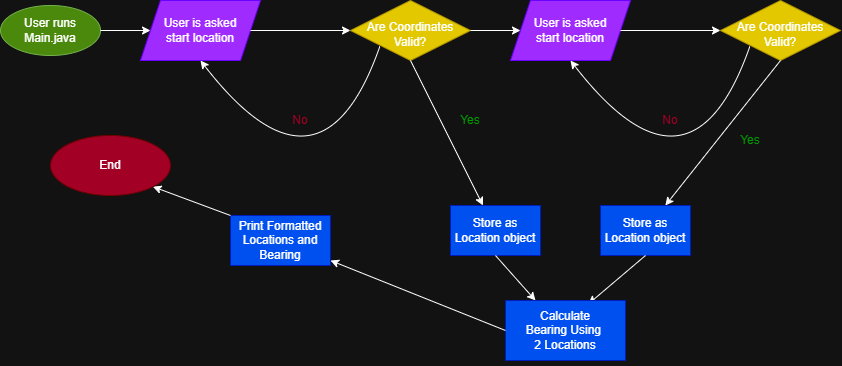
The draw.io diagram diagram.png in tjayawa/Direction-Finder-MVP, before a commit. Source tidied: cells renumbered, new cells last; positions are measured from the earlier drawing's top-left corner, leaving out a move shared by most shapes. The source it was exported from:
```xml
<mxGraphModel>
  <root>
    <mxCell id="0" />
    <mxCell id="1" parent="0" />
    <mxCell id="2" style="ellipse;whiteSpace=wrap;html=1;shapeInside=1;fillColor=#60a917;fontColor=#ffffff;strokeColor=#2D7600;" parent="1" vertex="1">
      <mxGeometry y="5" width="100" height="50" as="geometry" />
    </mxCell>
    <mxCell id="3" value="User runs Main.java" style="text;html=1;whiteSpace=wrap;align=center;verticalAlign=middle;rounded=0;" parent="1" vertex="1">
      <mxGeometry x="20" y="15" width="60" height="30" as="geometry" />
    </mxCell>
    <mxCell id="4" style="endArrow=classic;html=1;rounded=0;defaultLabelBackgroundColor=page;exitX=1;exitY=0.5;exitDx=0;exitDy=0;" parent="1" edge="1" source="2" target="5">
      <mxGeometry x="-0.24" relative="1" as="geometry" />
    </mxCell>
    <mxCell id="5" style="shape=parallelogram;perimeter=parallelogramPerimeter;whiteSpace=wrap;html=1;shapeInside=1;fixedSize=1;fillColor=light-dark(#6A00FF,#A02BFF);fontColor=#ffffff;strokeColor=light-dark(#3700CC,#6A00FF);" parent="1" vertex="1">
      <mxGeometry x="140" width="120" height="60" as="geometry" />
    </mxCell>
    <mxCell id="6" value="User is asked start location" style="text;html=1;whiteSpace=wrap;strokeColor=none;fillColor=none;align=center;verticalAlign=middle;rounded=0;" parent="1" vertex="1">
      <mxGeometry x="160" y="15" width="80" height="30" as="geometry" />
    </mxCell>
    <mxCell id="7" style="rhombus;whiteSpace=wrap;html=1;shapeInside=1;fillColor=light-dark(#E3C800,#E3C800);strokeColor=light-dark(#B09500,#B09500);fontColor=#000000;" parent="1" vertex="1">
      <mxGeometry x="350" width="120" height="60" as="geometry" />
    </mxCell>
    <mxCell id="8" style="endArrow=classic;html=1;rounded=0;defaultLabelBackgroundColor=page;entryX=0;entryY=0.5;entryDx=0;entryDy=0;exitX=1;exitY=0.5;exitDx=0;exitDy=0;" parent="1" edge="1" source="5" target="7">
      <mxGeometry relative="1" as="geometry" />
    </mxCell>
    <mxCell id="9" value="Are Coordinates Valid?" style="text;html=1;whiteSpace=wrap;strokeColor=none;fillColor=none;align=center;verticalAlign=middle;rounded=0;" parent="1" vertex="1">
      <mxGeometry x="365" y="22.5" width="90" height="22.5" as="geometry" />
    </mxCell>
    <mxCell id="10" style="curved=1;curveGeometry=1;endArrow=classic;html=1;rounded=0;defaultLabelBackgroundColor=page;entryX=0.5;entryY=1;entryDx=0;entryDy=0;exitX=0.159;exitY=1.044;exitDx=0;exitDy=0;exitPerimeter=0;" parent="1" edge="1" source="9" target="5">
      <mxGeometry x="-0.07" relative="1" as="geometry">
        <Array as="points">
          <mxPoint x="320" y="215" />
        </Array>
      </mxGeometry>
    </mxCell>
    <mxCell id="11" value="No" style="text;html=1;whiteSpace=wrap;align=center;verticalAlign=middle;rounded=0;fontColor=light-dark(#A20025,#A20025);" parent="1" vertex="1">
      <mxGeometry x="270" y="105" width="60" height="30" as="geometry" />
    </mxCell>
    <mxCell id="12" value="Yes" style="text;html=1;whiteSpace=wrap;strokeColor=none;fillColor=none;align=center;verticalAlign=middle;rounded=0;fontColor=light-dark(#009900,#009900);" parent="1" vertex="1">
      <mxGeometry x="440" y="105" width="60" height="30" as="geometry" />
    </mxCell>
    <mxCell id="13" style="endArrow=classic;html=1;rounded=0;defaultLabelBackgroundColor=page;exitX=0.5;exitY=1;exitDx=0;exitDy=0;" parent="1" edge="1" source="7" target="14">
      <mxGeometry relative="1" as="geometry" />
    </mxCell>
    <mxCell id="14" style="rounded=0;whiteSpace=wrap;html=1;fillColor=light-dark(#0050EF,#0050EF);fontColor=#ffffff;strokeColor=light-dark(#001DBC,#001DBC);align=center;verticalAlign=middle;fontFamily=Helvetica;fontSize=12;" parent="1" vertex="1">
      <mxGeometry x="450" y="205" width="90" height="50" as="geometry" />
    </mxCell>
    <mxCell id="15" value="Store as Location object" style="text;html=1;whiteSpace=wrap;strokeColor=none;fillColor=none;align=center;verticalAlign=middle;rounded=0;" parent="1" vertex="1">
      <mxGeometry x="450" y="215" width="90" height="30" as="geometry" />
    </mxCell>
    <mxCell id="16" style="shape=parallelogram;perimeter=parallelogramPerimeter;whiteSpace=wrap;html=1;shapeInside=1;fixedSize=1;fillColor=light-dark(#6A00FF,#A02BFF);fontColor=#ffffff;strokeColor=light-dark(#3700CC,#6A00FF);" parent="1" vertex="1">
      <mxGeometry x="510" width="120" height="60" as="geometry" />
    </mxCell>
    <mxCell id="17" value="User is asked start location" style="text;html=1;whiteSpace=wrap;strokeColor=none;fillColor=none;align=center;verticalAlign=middle;rounded=0;" parent="1" vertex="1">
      <mxGeometry x="530" y="15" width="80" height="30" as="geometry" />
    </mxCell>
    <mxCell id="18" style="rhombus;whiteSpace=wrap;html=1;shapeInside=1;fillColor=light-dark(#E3C800,#E3C800);strokeColor=light-dark(#B09500,#B09500);fontColor=#000000;" parent="1" vertex="1">
      <mxGeometry x="720" width="120" height="60" as="geometry" />
    </mxCell>
    <mxCell id="19" style="endArrow=classic;html=1;rounded=0;defaultLabelBackgroundColor=page;entryX=0;entryY=0.5;entryDx=0;entryDy=0;exitX=1;exitY=0.5;exitDx=0;exitDy=0;" parent="1" edge="1" source="16" target="18">
      <mxGeometry relative="1" as="geometry" />
    </mxCell>
    <mxCell id="20" value="Are Coordinates Valid?" style="text;html=1;whiteSpace=wrap;strokeColor=none;fillColor=none;align=center;verticalAlign=middle;rounded=0;" parent="1" vertex="1">
      <mxGeometry x="735" y="22.5" width="90" height="22.5" as="geometry" />
    </mxCell>
    <mxCell id="21" style="curved=1;curveGeometry=1;endArrow=classic;html=1;rounded=0;defaultLabelBackgroundColor=page;entryX=0.5;entryY=1;entryDx=0;entryDy=0;exitX=0.159;exitY=1.044;exitDx=0;exitDy=0;exitPerimeter=0;" parent="1" edge="1" source="20" target="16">
      <mxGeometry x="-0.07" relative="1" as="geometry">
        <Array as="points">
          <mxPoint x="690" y="215" />
        </Array>
      </mxGeometry>
    </mxCell>
    <mxCell id="22" value="No" style="text;html=1;whiteSpace=wrap;align=center;verticalAlign=middle;rounded=0;fontColor=light-dark(#A20025,#A20025);" parent="1" vertex="1">
      <mxGeometry x="640" y="105" width="60" height="30" as="geometry" />
    </mxCell>
    <mxCell id="23" value="Yes" style="text;html=1;whiteSpace=wrap;strokeColor=none;fillColor=none;align=center;verticalAlign=middle;rounded=0;fontColor=light-dark(#009900,#009900);" parent="1" vertex="1">
      <mxGeometry x="720" y="125" width="60" height="30" as="geometry" />
    </mxCell>
    <mxCell id="24" style="endArrow=classic;html=1;rounded=0;defaultLabelBackgroundColor=page;exitX=0.5;exitY=1;exitDx=0;exitDy=0;" parent="1" edge="1" source="18" target="25">
      <mxGeometry relative="1" as="geometry" />
    </mxCell>
    <mxCell id="25" style="rounded=0;whiteSpace=wrap;html=1;fillColor=light-dark(#0050EF,#0050EF);fontColor=#ffffff;strokeColor=light-dark(#001DBC,#001DBC);" parent="1" vertex="1">
      <mxGeometry x="600" y="205" width="90" height="50" as="geometry" />
    </mxCell>
    <mxCell id="26" value="Store as Location object" style="text;html=1;whiteSpace=wrap;strokeColor=none;fillColor=none;align=center;verticalAlign=middle;rounded=0;" parent="1" vertex="1">
      <mxGeometry x="600" y="215" width="90" height="30" as="geometry" />
    </mxCell>
    <mxCell id="27" style="endArrow=classic;html=1;rounded=0;defaultLabelBackgroundColor=page;exitX=1;exitY=0.5;exitDx=0;exitDy=0;entryX=0;entryY=0.5;entryDx=0;entryDy=0;" parent="1" edge="1" source="7" target="16">
      <mxGeometry relative="1" as="geometry" />
    </mxCell>
    <mxCell id="28" style="endArrow=classic;html=1;rounded=0;defaultLabelBackgroundColor=page;exitX=0.5;exitY=1;exitDx=0;exitDy=0;entryX=0.25;entryY=0;entryDx=0;entryDy=0;" parent="1" edge="1" source="14" target="30">
      <mxGeometry relative="1" as="geometry" />
    </mxCell>
    <mxCell id="29" style="endArrow=classic;html=1;rounded=0;defaultLabelBackgroundColor=page;exitX=0.5;exitY=1;exitDx=0;exitDy=0;entryX=0.692;entryY=0.056;entryDx=0;entryDy=0;entryPerimeter=0;" parent="1" edge="1" source="25" target="30">
      <mxGeometry relative="1" as="geometry" />
    </mxCell>
    <mxCell id="30" style="rounded=0;whiteSpace=wrap;html=1;fillColor=light-dark(#0050EF,#0050EF);fontColor=#ffffff;strokeColor=light-dark(#001DBC,#001DBC);align=center;verticalAlign=middle;fontFamily=Helvetica;fontSize=12;" parent="1" vertex="1">
      <mxGeometry x="505" y="300" width="120" height="60" as="geometry" />
    </mxCell>
    <mxCell id="31" value="Calculate Bearing&amp;nbsp;&lt;span style=&quot;background-color: transparent; color: light-dark(#000000, var(--ge-light-color, #ffffff));&quot;&gt;Using&amp;nbsp;&lt;/span&gt;&lt;div&gt;&lt;span style=&quot;background-color: transparent; color: light-dark(#000000, var(--ge-light-color, #ffffff));&quot;&gt;2 Locations&lt;/span&gt;&lt;/div&gt;" style="text;html=1;whiteSpace=wrap;strokeColor=none;fillColor=none;align=center;verticalAlign=middle;rounded=0;" parent="1" vertex="1">
      <mxGeometry x="500" y="295" width="130" height="70" as="geometry" />
    </mxCell>
    <mxCell id="32" style="endArrow=classic;html=1;rounded=0;defaultLabelBackgroundColor=page;exitX=0;exitY=0.5;exitDx=0;exitDy=0;" parent="1" edge="1" source="30" target="33">
      <mxGeometry relative="1" as="geometry" />
    </mxCell>
    <mxCell id="33" style="rounded=0;whiteSpace=wrap;html=1;fillColor=light-dark(#0050EF,#0050EF);fontColor=#ffffff;strokeColor=light-dark(#001DBC,#001DBC);align=center;verticalAlign=middle;fontFamily=Helvetica;fontSize=12;" parent="1" vertex="1">
      <mxGeometry x="230" y="215" width="100" height="50" as="geometry" />
    </mxCell>
    <mxCell id="34" value="Print Formatted Locations and Bearing" style="text;html=1;whiteSpace=wrap;strokeColor=none;fillColor=none;align=center;verticalAlign=middle;rounded=0;" parent="1" vertex="1">
      <mxGeometry x="230" y="225" width="100" height="30" as="geometry" />
    </mxCell>
    <mxCell id="35" style="endArrow=classic;html=1;rounded=0;defaultLabelBackgroundColor=page;exitX=0;exitY=0;exitDx=0;exitDy=0;entryX=1;entryY=1;entryDx=0;entryDy=0;" parent="1" edge="1" source="33" target="36">
      <mxGeometry relative="1" as="geometry" />
    </mxCell>
    <mxCell id="36" style="ellipse;whiteSpace=wrap;html=1;shapeInside=1;fillColor=light-dark(#A20025,#A20025);fontColor=#ffffff;strokeColor=light-dark(#6F0000,#6F0000);" parent="1" vertex="1">
      <mxGeometry x="50" y="135" width="120" height="60" as="geometry" />
    </mxCell>
    <mxCell id="37" value="End" style="text;html=1;whiteSpace=wrap;strokeColor=none;fillColor=none;align=center;verticalAlign=middle;rounded=0;" parent="1" vertex="1">
      <mxGeometry x="80" y="150" width="60" height="30" as="geometry" />
    </mxCell>
  </root>
</mxGraphModel>
```
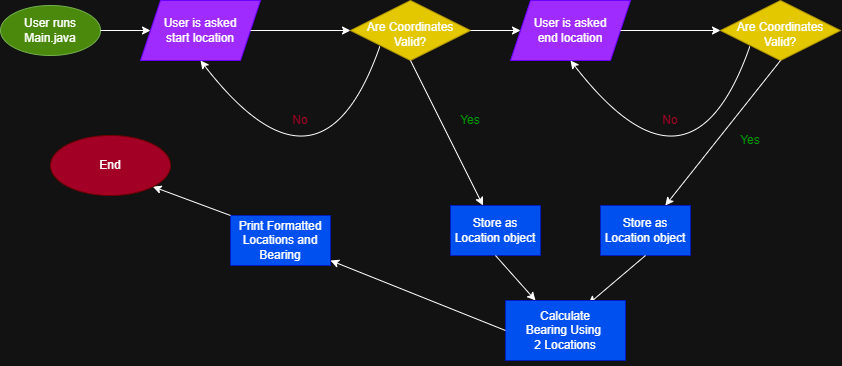
The same diagram one commit later.

What changed in the source:
```diff
@@ -51,7 +51,7 @@
     <mxCell id="16" style="shape=parallelogram;perimeter=parallelogramPerimeter;whiteSpace=wrap;html=1;shapeInside=1;fixedSize=1;fillColor=light-dark(#6A00FF,#A02BFF);fontColor=#ffffff;strokeColor=light-dark(#3700CC,#6A00FF);" parent="1" vertex="1">
       <mxGeometry x="510" width="120" height="60" as="geometry" />
     </mxCell>
-    <mxCell id="17" value="User is asked start location" style="text;html=1;whiteSpace=wrap;strokeColor=none;fillColor=none;align=center;verticalAlign=middle;rounded=0;" parent="1" vertex="1">
+    <mxCell id="17" value="User is asked end location" style="text;html=1;whiteSpace=wrap;strokeColor=none;fillColor=none;align=center;verticalAlign=middle;rounded=0;" parent="1" vertex="1">
       <mxGeometry x="530" y="15" width="80" height="30" as="geometry" />
     </mxCell>
     <mxCell id="18" style="rhombus;whiteSpace=wrap;html=1;shapeInside=1;fillColor=light-dark(#E3C800,#E3C800);strokeColor=light-dark(#B09500,#B09500);fontColor=#000000;" parent="1" vertex="1">
```
